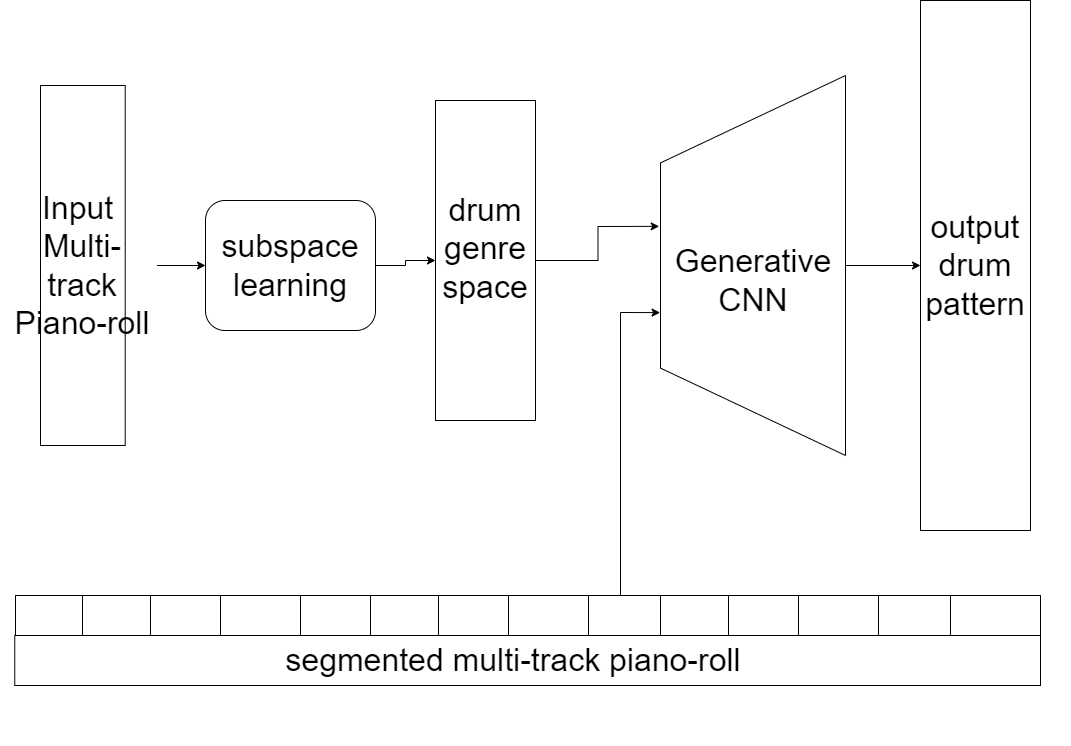
This is proposal/image/proposal_architecture.png from johnnyfadeaway/congniEECS545, a draw.io export, as it was before one commit. Source tidied: cells renumbered, new cells last; positions are measured from the earlier drawing's top-left corner, leaving out a move shared by most shapes.
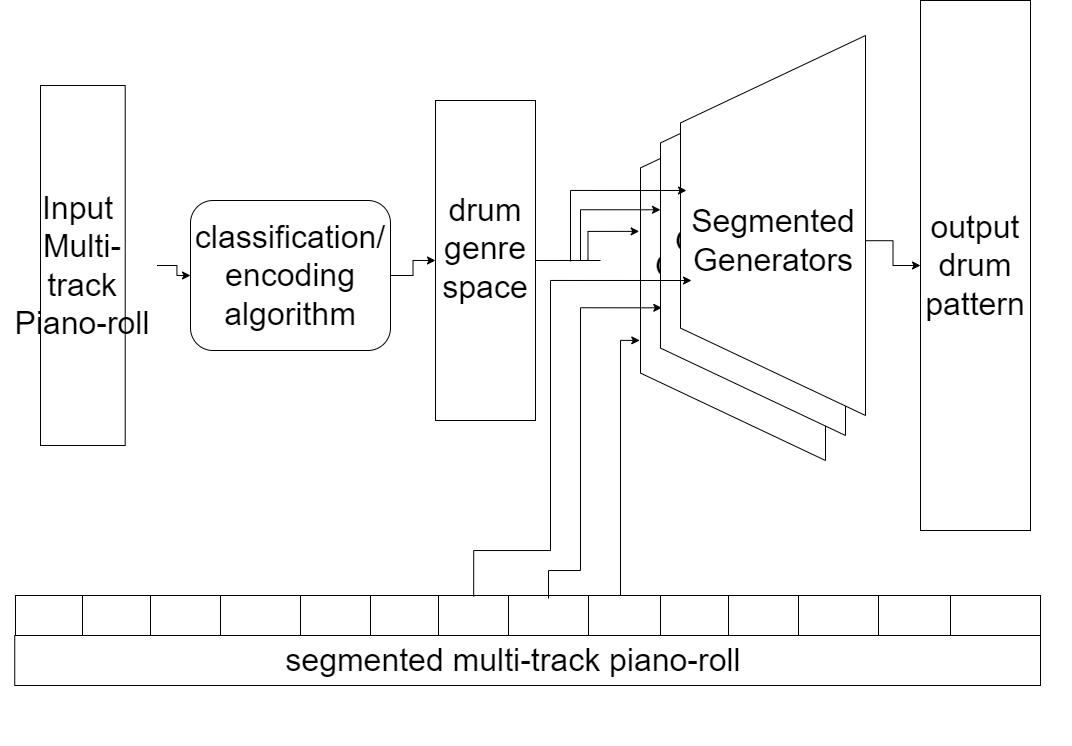
Later version of the same file.

The edit, as a diff of the source:
```diff
@@ -2,34 +2,34 @@
   <root>
     <mxCell id="0" />
     <mxCell id="1" parent="0" />
-    <mxCell id="2" style="group;" parent="1" vertex="1">
-      <mxGeometry x="205" y="200" width="170" height="130" as="geometry" />
-    </mxCell>
-    <mxCell id="3" style="rounded=1;whiteSpace=wrap;html=1;" parent="2" vertex="1">
-      <mxGeometry width="170" height="130" as="geometry" />
-    </mxCell>
-    <mxCell id="4" value="&lt;font style=&quot;font-size: 32px&quot;&gt;subspace learning&lt;/font&gt;" style="text;html=1;strokeColor=none;fillColor=none;align=center;verticalAlign=middle;whiteSpace=wrap;rounded=0;" parent="2" vertex="1">
-      <mxGeometry x="63.8" y="54.7" width="42.5" height="20.5" as="geometry" />
-    </mxCell>
-    <mxCell id="5" style="edgeStyle=orthogonalEdgeStyle;rounded=0;orthogonalLoop=1;jettySize=auto;html=1;exitX=0.5;exitY=1;exitDx=0;exitDy=0;fontSize=32;" parent="2" edge="1" source="3" target="3">
-      <mxGeometry relative="1" as="geometry" />
-    </mxCell>
-    <mxCell id="6" style="group;" parent="1" vertex="1">
-      <mxGeometry x="40" y="85" width="120" height="360" as="geometry" />
-    </mxCell>
+    <mxCell id="44" style="group;" parent="1" vertex="1">
+      <mxGeometry x="190" y="155" width="200" height="150" as="geometry" />
+    </mxCell>
+    <mxCell id="45" style="rounded=1;whiteSpace=wrap;html=1;" parent="44" vertex="1">
+      <mxGeometry width="200" height="150" as="geometry" />
+    </mxCell>
+    <mxCell id="46" value="&lt;font style=&quot;font-size: 32px&quot;&gt;classification/&lt;br&gt;encoding&lt;br&gt;algorithm&lt;br&gt;&lt;/font&gt;" style="text;html=1;strokeColor=none;fillColor=none;align=center;verticalAlign=middle;whiteSpace=wrap;rounded=0;" parent="44" vertex="1">
+      <mxGeometry x="75" y="63.2" width="50" height="23.7" as="geometry" />
+    </mxCell>
+    <mxCell id="47" style="edgeStyle=orthogonalEdgeStyle;rounded=0;orthogonalLoop=1;jettySize=auto;html=1;exitX=0.5;exitY=1;exitDx=0;exitDy=0;fontSize=32;" parent="44" edge="1" source="45" target="45">
+      <mxGeometry relative="1" as="geometry" />
+    </mxCell>
+    <mxCell id="48" style="group;" parent="1" vertex="1">
+      <mxGeometry x="40" y="40" width="120" height="360" as="geometry" />
+    </mxCell>
-    <mxCell id="7" style="rounded=0;whiteSpace=wrap;html=1;fontSize=32;" parent="6" vertex="1">
+    <mxCell id="7" style="rounded=0;whiteSpace=wrap;html=1;fontSize=32;" parent="48" vertex="1">
       <mxGeometry width="84.7" height="360" as="geometry" />
     </mxCell>
-    <mxCell id="8" value="Input&amp;nbsp;&lt;br&gt;Multi-track&lt;br&gt;Piano-roll" style="text;html=1;strokeColor=none;fillColor=none;align=center;verticalAlign=middle;whiteSpace=wrap;rounded=0;fontSize=32;" parent="6" vertex="1">
+    <mxCell id="8" value="Input&amp;nbsp;&lt;br&gt;Multi-track&lt;br&gt;Piano-roll" style="text;html=1;strokeColor=none;fillColor=none;align=center;verticalAlign=middle;whiteSpace=wrap;rounded=0;fontSize=32;" parent="48" vertex="1">
       <mxGeometry x="-31.8" y="90" width="148.2" height="180" as="geometry" />
     </mxCell>
-    <mxCell id="9" style="edgeStyle=orthogonalEdgeStyle;rounded=0;jettySize=auto;html=1;fontSize=32;" parent="1" edge="1" source="8" target="3">
-      <mxGeometry relative="1" as="geometry" />
-    </mxCell>
-    <mxCell id="10" style="group;" parent="1" vertex="1">
-      <mxGeometry x="405" y="115" width="100" height="320" as="geometry" />
-    </mxCell>
+    <mxCell id="49" style="edgeStyle=orthogonalEdgeStyle;rounded=0;jettySize=auto;html=1;fontSize=32;" parent="1" edge="1" source="8" target="45">
+      <mxGeometry relative="1" as="geometry" />
+    </mxCell>
+    <mxCell id="50" style="group;" parent="1" vertex="1">
+      <mxGeometry x="405" y="70" width="100" height="320" as="geometry" />
+    </mxCell>
-    <mxCell id="11" style="group;" parent="10" vertex="1">
+    <mxCell id="11" style="group;" parent="50" vertex="1">
       <mxGeometry x="30" width="100" height="320" as="geometry" />
     </mxCell>
     <mxCell id="12" style="rounded=0;whiteSpace=wrap;html=1;fontSize=32;" parent="11" vertex="1">
@@ -38,13 +38,13 @@
     <mxCell id="13" value="drum&lt;br&gt;genre&lt;br&gt;space" style="text;html=1;strokeColor=none;fillColor=none;align=center;verticalAlign=middle;whiteSpace=wrap;rounded=0;fontSize=32;" parent="11" vertex="1">
       <mxGeometry x="25" y="53.3" width="50" height="160" as="geometry" />
     </mxCell>
-    <mxCell id="14" style="edgeStyle=orthogonalEdgeStyle;rounded=0;jettySize=auto;html=1;fontSize=32;entryX=0;entryY=0.5;entryDx=0;entryDy=0;" parent="1" edge="1" source="3" target="12">
-      <mxGeometry relative="1" as="geometry" />
-    </mxCell>
-    <mxCell id="15" style="group;" parent="1" vertex="1">
-      <mxGeometry x="210" y="565" width="860" height="180" as="geometry" />
-    </mxCell>
+    <mxCell id="51" style="edgeStyle=orthogonalEdgeStyle;rounded=0;jettySize=auto;html=1;fontSize=32;entryX=0;entryY=0.5;entryDx=0;entryDy=0;" parent="1" edge="1" source="45" target="12">
+      <mxGeometry relative="1" as="geometry" />
+    </mxCell>
+    <mxCell id="52" style="group;" parent="1" vertex="1">
+      <mxGeometry x="210" y="520" width="860" height="180" as="geometry" />
+    </mxCell>
-    <mxCell id="16" style="group;" parent="15" vertex="1">
+    <mxCell id="16" style="group;" parent="52" vertex="1">
       <mxGeometry x="-210" y="70" width="1040" height="50" as="geometry" />
     </mxCell>
     <mxCell id="17" style="group;" parent="16" vertex="1">
@@ -56,124 +56,180 @@
     <mxCell id="19" value="segmented multi-track piano-roll" style="text;html=1;strokeColor=none;fillColor=none;align=center;verticalAlign=middle;whiteSpace=wrap;rounded=0;fontSize=32;" parent="17" vertex="1">
       <mxGeometry y="19.6" width="1025.8" height="10.7" as="geometry" />
     </mxCell>
-    <mxCell id="20" style="endArrow=none;html=1;rounded=0;fontSize=32;" parent="15" edge="1">
-      <mxGeometry relative="1" as="geometry">
-        <mxPoint x="10" y="70" as="sourcePoint" />
-        <mxPoint x="10" y="30" as="targetPoint" />
-      </mxGeometry>
-    </mxCell>
+    <mxCell id="53" style="endArrow=none;html=1;rounded=0;fontSize=32;" parent="52" edge="1">
+      <mxGeometry relative="1" as="geometry">
+        <mxPoint x="10" y="70" as="sourcePoint" />
+        <mxPoint x="10" y="30" as="targetPoint" />
+      </mxGeometry>
+    </mxCell>
-    <mxCell id="21" style="rounded=0;whiteSpace=wrap;html=1;fontSize=32;" parent="15" vertex="1">
+    <mxCell id="21" style="rounded=0;whiteSpace=wrap;html=1;fontSize=32;" parent="52" vertex="1">
       <mxGeometry x="-195" y="30" width="1025" height="40" as="geometry" />
     </mxCell>
-    <mxCell id="22" style="endArrow=none;html=1;rounded=0;fontSize=32;" parent="15" edge="1">
-      <mxGeometry relative="1" as="geometry">
-        <mxPoint x="-128" y="70" as="sourcePoint" />
-        <mxPoint x="-128" y="30" as="targetPoint" />
-      </mxGeometry>
-    </mxCell>
-    <mxCell id="23" style="endArrow=none;html=1;rounded=0;fontSize=32;" parent="15" edge="1">
-      <mxGeometry relative="1" as="geometry">
-        <mxPoint x="-60" y="70" as="sourcePoint" />
-        <mxPoint x="-60" y="30" as="targetPoint" />
-      </mxGeometry>
-    </mxCell>
-    <mxCell id="24" style="endArrow=none;html=1;rounded=0;fontSize=32;" parent="15" edge="1">
-      <mxGeometry relative="1" as="geometry">
-        <mxPoint x="10" y="70" as="sourcePoint" />
-        <mxPoint x="10" y="30" as="targetPoint" />
-      </mxGeometry>
-    </mxCell>
-    <mxCell id="25" style="endArrow=none;html=1;rounded=0;fontSize=32;" parent="15" edge="1">
-      <mxGeometry relative="1" as="geometry">
-        <mxPoint x="90" y="70" as="sourcePoint" />
-        <mxPoint x="90" y="30" as="targetPoint" />
-      </mxGeometry>
-    </mxCell>
-    <mxCell id="26" style="endArrow=none;html=1;rounded=0;fontSize=32;" parent="15" edge="1">
-      <mxGeometry relative="1" as="geometry">
-        <mxPoint x="160" y="70" as="sourcePoint" />
-        <mxPoint x="160" y="30" as="targetPoint" />
-      </mxGeometry>
-    </mxCell>
-    <mxCell id="27" style="endArrow=none;html=1;rounded=0;fontSize=32;" parent="15" edge="1">
-      <mxGeometry relative="1" as="geometry">
-        <mxPoint x="228" y="70" as="sourcePoint" />
-        <mxPoint x="228" y="30" as="targetPoint" />
-      </mxGeometry>
-    </mxCell>
-    <mxCell id="28" style="endArrow=none;html=1;rounded=0;fontSize=32;" parent="15" edge="1">
-      <mxGeometry relative="1" as="geometry">
-        <mxPoint x="298" y="70" as="sourcePoint" />
-        <mxPoint x="298" y="30" as="targetPoint" />
-      </mxGeometry>
-    </mxCell>
-    <mxCell id="29" style="endArrow=none;html=1;rounded=0;fontSize=32;" parent="15" edge="1">
-      <mxGeometry relative="1" as="geometry">
-        <mxPoint x="378" y="70" as="sourcePoint" />
-        <mxPoint x="378" y="30" as="targetPoint" />
-      </mxGeometry>
-    </mxCell>
-    <mxCell id="30" style="endArrow=none;html=1;rounded=0;fontSize=32;" parent="15" edge="1">
-      <mxGeometry relative="1" as="geometry">
-        <mxPoint x="450" y="70" as="sourcePoint" />
-        <mxPoint x="450" y="30" as="targetPoint" />
-      </mxGeometry>
-    </mxCell>
-    <mxCell id="31" style="endArrow=none;html=1;rounded=0;fontSize=32;" parent="15" edge="1">
-      <mxGeometry relative="1" as="geometry">
-        <mxPoint x="518" y="70" as="sourcePoint" />
-        <mxPoint x="518" y="30" as="targetPoint" />
-      </mxGeometry>
-    </mxCell>
-    <mxCell id="32" style="endArrow=none;html=1;rounded=0;fontSize=32;" parent="15" edge="1">
-      <mxGeometry relative="1" as="geometry">
-        <mxPoint x="588" y="70" as="sourcePoint" />
-        <mxPoint x="588" y="30" as="targetPoint" />
-      </mxGeometry>
-    </mxCell>
-    <mxCell id="33" style="endArrow=none;html=1;rounded=0;fontSize=32;" parent="15" edge="1">
-      <mxGeometry relative="1" as="geometry">
-        <mxPoint x="668" y="70" as="sourcePoint" />
-        <mxPoint x="668" y="30" as="targetPoint" />
-      </mxGeometry>
-    </mxCell>
-    <mxCell id="34" style="endArrow=none;html=1;rounded=0;fontSize=32;" parent="15" edge="1">
-      <mxGeometry relative="1" as="geometry">
-        <mxPoint x="740" y="70" as="sourcePoint" />
-        <mxPoint x="740" y="30" as="targetPoint" />
-      </mxGeometry>
-    </mxCell>
-    <mxCell id="35" style="group;" parent="1" vertex="1">
-      <mxGeometry x="660" y="75" width="185" height="380" as="geometry" />
-    </mxCell>
-    <mxCell id="36" style="verticalLabelPosition=middle;verticalAlign=middle;html=1;shape=trapezoid;perimeter=trapezoidPerimeter;whiteSpace=wrap;size=0.23;arcSize=10;flipV=1;labelPosition=center;align=center;fontSize=32;rotation=90;" parent="35" vertex="1">
-      <mxGeometry x="-97.5" y="97.5" width="380" height="185" as="geometry" />
-    </mxCell>
-    <mxCell id="37" value="Generative&lt;br&gt;CNN" style="text;html=1;strokeColor=none;fillColor=none;align=center;verticalAlign=middle;whiteSpace=wrap;rounded=0;fontSize=32;" parent="35" vertex="1">
-      <mxGeometry x="62.5" y="190" width="60" height="30" as="geometry" />
-    </mxCell>
-    <mxCell id="38" style="edgeStyle=orthogonalEdgeStyle;rounded=0;jettySize=auto;html=1;exitX=1;exitY=0.5;exitDx=0;exitDy=0;fontSize=32;entryX=0.397;entryY=-0.007;entryDx=0;entryDy=0;entryPerimeter=0;" parent="1" edge="1" source="12" target="36">
-      <mxGeometry relative="1" as="geometry" />
-    </mxCell>
-    <mxCell id="39" style="edgeStyle=orthogonalEdgeStyle;rounded=0;jettySize=auto;html=1;exitX=0.5;exitY=0;exitDx=0;exitDy=0;entryX=0.624;entryY=-0.002;entryDx=0;entryDy=0;entryPerimeter=0;fontSize=32;" parent="1" edge="1" source="21" target="36">
-      <mxGeometry relative="1" as="geometry">
-        <Array as="points">
-          <mxPoint x="620" y="595" />
-          <mxPoint x="620" y="312" />
-        </Array>
-      </mxGeometry>
-    </mxCell>
-    <mxCell id="40" style="group;" parent="1" vertex="1">
-      <mxGeometry x="920" width="110" height="530" as="geometry" />
-    </mxCell>
+    <mxCell id="54" style="endArrow=none;html=1;rounded=0;fontSize=32;" parent="52" edge="1">
+      <mxGeometry relative="1" as="geometry">
+        <mxPoint x="-128" y="70" as="sourcePoint" />
+        <mxPoint x="-128" y="30" as="targetPoint" />
+      </mxGeometry>
+    </mxCell>
+    <mxCell id="55" style="endArrow=none;html=1;rounded=0;fontSize=32;" parent="52" edge="1">
+      <mxGeometry relative="1" as="geometry">
+        <mxPoint x="-60" y="70" as="sourcePoint" />
+        <mxPoint x="-60" y="30" as="targetPoint" />
+      </mxGeometry>
+    </mxCell>
+    <mxCell id="56" style="endArrow=none;html=1;rounded=0;fontSize=32;" parent="52" edge="1">
+      <mxGeometry relative="1" as="geometry">
+        <mxPoint x="10" y="70" as="sourcePoint" />
+        <mxPoint x="10" y="30" as="targetPoint" />
+      </mxGeometry>
+    </mxCell>
+    <mxCell id="57" style="endArrow=none;html=1;rounded=0;fontSize=32;" parent="52" edge="1">
+      <mxGeometry relative="1" as="geometry">
+        <mxPoint x="90" y="70" as="sourcePoint" />
+        <mxPoint x="90" y="30" as="targetPoint" />
+      </mxGeometry>
+    </mxCell>
+    <mxCell id="58" style="endArrow=none;html=1;rounded=0;fontSize=32;" parent="52" edge="1">
+      <mxGeometry relative="1" as="geometry">
+        <mxPoint x="160" y="70" as="sourcePoint" />
+        <mxPoint x="160" y="30" as="targetPoint" />
+      </mxGeometry>
+    </mxCell>
+    <mxCell id="59" style="endArrow=none;html=1;rounded=0;fontSize=32;" parent="52" edge="1">
+      <mxGeometry relative="1" as="geometry">
+        <mxPoint x="228" y="70" as="sourcePoint" />
+        <mxPoint x="228" y="30" as="targetPoint" />
+      </mxGeometry>
+    </mxCell>
+    <mxCell id="60" style="endArrow=none;html=1;rounded=0;fontSize=32;" parent="52" edge="1">
+      <mxGeometry relative="1" as="geometry">
+        <mxPoint x="298" y="70" as="sourcePoint" />
+        <mxPoint x="298" y="30" as="targetPoint" />
+      </mxGeometry>
+    </mxCell>
+    <mxCell id="61" style="endArrow=none;html=1;rounded=0;fontSize=32;" parent="52" edge="1">
+      <mxGeometry relative="1" as="geometry">
+        <mxPoint x="378" y="70" as="sourcePoint" />
+        <mxPoint x="378" y="30" as="targetPoint" />
+      </mxGeometry>
+    </mxCell>
+    <mxCell id="62" style="endArrow=none;html=1;rounded=0;fontSize=32;" parent="52" edge="1">
+      <mxGeometry relative="1" as="geometry">
+        <mxPoint x="450" y="70" as="sourcePoint" />
+        <mxPoint x="450" y="30" as="targetPoint" />
+      </mxGeometry>
+    </mxCell>
+    <mxCell id="63" style="endArrow=none;html=1;rounded=0;fontSize=32;" parent="52" edge="1">
+      <mxGeometry relative="1" as="geometry">
+        <mxPoint x="518" y="70" as="sourcePoint" />
+        <mxPoint x="518" y="30" as="targetPoint" />
+      </mxGeometry>
+    </mxCell>
+    <mxCell id="64" style="endArrow=none;html=1;rounded=0;fontSize=32;" parent="52" edge="1">
+      <mxGeometry relative="1" as="geometry">
+        <mxPoint x="588" y="70" as="sourcePoint" />
+        <mxPoint x="588" y="30" as="targetPoint" />
+      </mxGeometry>
+    </mxCell>
+    <mxCell id="65" style="endArrow=none;html=1;rounded=0;fontSize=32;" parent="52" edge="1">
+      <mxGeometry relative="1" as="geometry">
+        <mxPoint x="668" y="70" as="sourcePoint" />
+        <mxPoint x="668" y="30" as="targetPoint" />
+      </mxGeometry>
+    </mxCell>
+    <mxCell id="66" style="endArrow=none;html=1;rounded=0;fontSize=32;" parent="52" edge="1">
+      <mxGeometry relative="1" as="geometry">
+        <mxPoint x="740" y="70" as="sourcePoint" />
+        <mxPoint x="740" y="30" as="targetPoint" />
+      </mxGeometry>
+    </mxCell>
+    <mxCell id="67" style="group;" parent="1" vertex="1">
+      <mxGeometry x="640" y="35" width="225" height="380" as="geometry" />
+    </mxCell>
+    <mxCell id="68" style="verticalLabelPosition=middle;verticalAlign=middle;html=1;shape=trapezoid;perimeter=trapezoidPerimeter;whiteSpace=wrap;size=0.23;arcSize=10;flipV=1;labelPosition=center;align=center;fontSize=32;rotation=90;" parent="67" vertex="1">
+      <mxGeometry x="-97.5" y="97.5" width="380" height="185" as="geometry" />
+    </mxCell>
+    <mxCell id="69" value="Generative&lt;br&gt;CNN" style="text;html=1;strokeColor=none;fillColor=none;align=center;verticalAlign=middle;whiteSpace=wrap;rounded=0;fontSize=32;" parent="67" vertex="1">
+      <mxGeometry x="62.5" y="190" width="60" height="30" as="geometry" />
+    </mxCell>
+    <mxCell id="70" style="group;" parent="67" vertex="1">
+      <mxGeometry x="20" y="-25" width="205" height="380" as="geometry" />
+    </mxCell>
+    <mxCell id="71" style="verticalLabelPosition=middle;verticalAlign=middle;html=1;shape=trapezoid;perimeter=trapezoidPerimeter;whiteSpace=wrap;size=0.23;arcSize=10;flipV=1;labelPosition=center;align=center;fontSize=32;rotation=90;" parent="70" vertex="1">
+      <mxGeometry x="-97.5" y="97.5" width="380" height="185" as="geometry" />
+    </mxCell>
+    <mxCell id="72" value="Generative&lt;br&gt;CNN" style="text;html=1;strokeColor=none;fillColor=none;align=center;verticalAlign=middle;whiteSpace=wrap;rounded=0;fontSize=32;" parent="70" vertex="1">
+      <mxGeometry x="62.5" y="190" width="60" height="30" as="geometry" />
+    </mxCell>
+    <mxCell id="73" style="group;" parent="70" vertex="1">
+      <mxGeometry x="20" y="-20" width="185" height="380" as="geometry" />
+    </mxCell>
+    <mxCell id="74" style="verticalLabelPosition=middle;verticalAlign=middle;html=1;shape=trapezoid;perimeter=trapezoidPerimeter;whiteSpace=wrap;size=0.23;arcSize=10;flipV=1;labelPosition=center;align=center;fontSize=32;rotation=90;" parent="73" vertex="1">
+      <mxGeometry x="-97.5" y="97.5" width="380" height="185" as="geometry" />
+    </mxCell>
+    <mxCell id="75" value="Segmented&lt;br&gt;Generators" style="text;html=1;strokeColor=none;fillColor=none;align=center;verticalAlign=middle;whiteSpace=wrap;rounded=0;fontSize=32;" parent="73" vertex="1">
+      <mxGeometry x="62.5" y="190" width="60" height="30" as="geometry" />
+    </mxCell>
+    <mxCell id="76" style="edgeStyle=orthogonalEdgeStyle;rounded=0;jettySize=auto;html=1;exitX=1;exitY=0.5;exitDx=0;exitDy=0;fontSize=32;entryX=0.397;entryY=-0.007;entryDx=0;entryDy=0;entryPerimeter=0;" parent="1" edge="1" source="12" target="68">
+      <mxGeometry relative="1" as="geometry" />
+    </mxCell>
+    <mxCell id="77" style="edgeStyle=orthogonalEdgeStyle;rounded=0;jettySize=auto;html=1;exitX=0.5;exitY=0;exitDx=0;exitDy=0;entryX=0.684;entryY=-0.004;entryDx=0;entryDy=0;entryPerimeter=0;fontSize=32;" parent="1" edge="1" source="21" target="68">
+      <mxGeometry relative="1" as="geometry">
+        <Array as="points">
+          <mxPoint x="620" y="550" />
+          <mxPoint x="620" y="295" />
+        </Array>
+      </mxGeometry>
+    </mxCell>
+    <mxCell id="78" style="group;" parent="1" vertex="1">
+      <mxGeometry x="920" y="-45" width="110" height="530" as="geometry" />
+    </mxCell>
-    <mxCell id="41" style="rounded=0;whiteSpace=wrap;html=1;fontSize=32;" parent="40" vertex="1">
+    <mxCell id="41" style="rounded=0;whiteSpace=wrap;html=1;fontSize=32;" parent="78" vertex="1">
       <mxGeometry width="110" height="530" as="geometry" />
     </mxCell>
-    <mxCell id="42" value="output&lt;br&gt;drum&lt;br&gt;pattern" style="text;html=1;strokeColor=none;fillColor=none;align=center;verticalAlign=middle;whiteSpace=wrap;rounded=0;fontSize=32;" parent="40" vertex="1">
+    <mxCell id="42" value="output&lt;br&gt;drum&lt;br&gt;pattern" style="text;html=1;strokeColor=none;fillColor=none;align=center;verticalAlign=middle;whiteSpace=wrap;rounded=0;fontSize=32;" parent="78" vertex="1">
       <mxGeometry x="25" y="250" width="60" height="30" as="geometry" />
     </mxCell>
-    <mxCell id="43" style="edgeStyle=orthogonalEdgeStyle;rounded=0;jettySize=auto;html=1;exitX=0.5;exitY=0;exitDx=0;exitDy=0;entryX=0;entryY=0.5;entryDx=0;entryDy=0;fontSize=32;" parent="1" edge="1" source="36" target="41">
-      <mxGeometry relative="1" as="geometry" />
-    </mxCell>
+    <mxCell id="79" style="edgeStyle=orthogonalEdgeStyle;rounded=0;jettySize=auto;html=1;exitX=0.54;exitY=1;exitDx=0;exitDy=0;entryX=0;entryY=0.5;entryDx=0;entryDy=0;fontSize=32;exitPerimeter=0;" parent="1" edge="1" source="74" target="41">
+      <mxGeometry relative="1" as="geometry" />
+    </mxCell>
+    <mxCell id="80" style="endArrow=classic;html=1;rounded=0;edgeStyle=orthogonalEdgeStyle;exitX=0.52;exitY=0.075;exitDx=0;exitDy=0;exitPerimeter=0;entryX=0.664;entryY=0.007;entryDx=0;entryDy=0;entryPerimeter=0;" parent="1" edge="1" source="21" target="71">
+      <mxGeometry relative="1" as="geometry">
+        <Array as="points">
+          <mxPoint x="548" y="525" />
+          <mxPoint x="580" y="525" />
+          <mxPoint x="580" y="262" />
+        </Array>
+      </mxGeometry>
+    </mxCell>
+    <mxCell id="81" style="endArrow=classic;html=1;rounded=0;edgeStyle=orthogonalEdgeStyle;exitX=0.447;exitY=0.025;exitDx=0;exitDy=0;exitPerimeter=0;" parent="1" edge="1" source="21">
+      <mxGeometry relative="1" as="geometry">
+        <mxPoint x="691" y="235" as="targetPoint" />
+        <Array as="points">
+          <mxPoint x="473" y="505" />
+          <mxPoint x="550" y="505" />
+          <mxPoint x="550" y="235" />
+        </Array>
+      </mxGeometry>
+    </mxCell>
+    <mxCell id="82" style="endArrow=classic;html=1;rounded=0;entryX=0.406;entryY=0;entryDx=0;entryDy=0;entryPerimeter=0;edgeStyle=orthogonalEdgeStyle;" parent="1" edge="1" target="71">
+      <mxGeometry relative="1" as="geometry">
+        <mxPoint x="600" y="215" as="sourcePoint" />
+        <Array as="points">
+          <mxPoint x="580" y="215" />
+          <mxPoint x="580" y="164" />
+        </Array>
+      </mxGeometry>
+    </mxCell>
+    <mxCell id="83" style="endArrow=classic;html=1;rounded=0;edgeStyle=orthogonalEdgeStyle;" parent="1" edge="1">
+      <mxGeometry relative="1" as="geometry">
+        <mxPoint x="570" y="216" as="sourcePoint" />
+        <mxPoint x="686" y="145" as="targetPoint" />
+        <Array as="points">
+          <mxPoint x="570" y="216" />
+          <mxPoint x="570" y="145" />
+        </Array>
+      </mxGeometry>
+    </mxCell>
   </root>
 </mxGraphModel>
```
